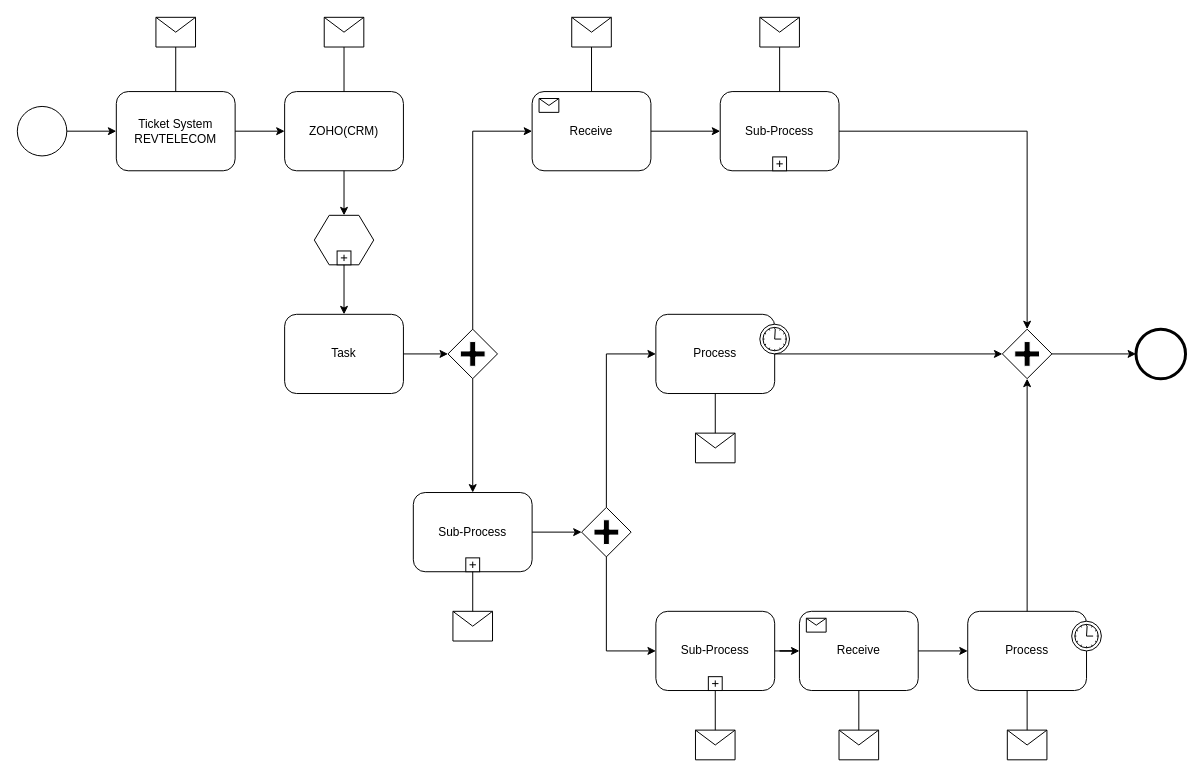
Above: Untitled Diagram.drawio in eyongfm/cam-mon-pays (draw.io), before the change. Source tidied: cells renumbered, new cells numbered last; positions are measured from the earlier drawing's top-left corner, leaving out a move shared by most shapes. Both pictures are drawn from the tidied source at 99%, with x=0, y=0 at pixel (17, 17).
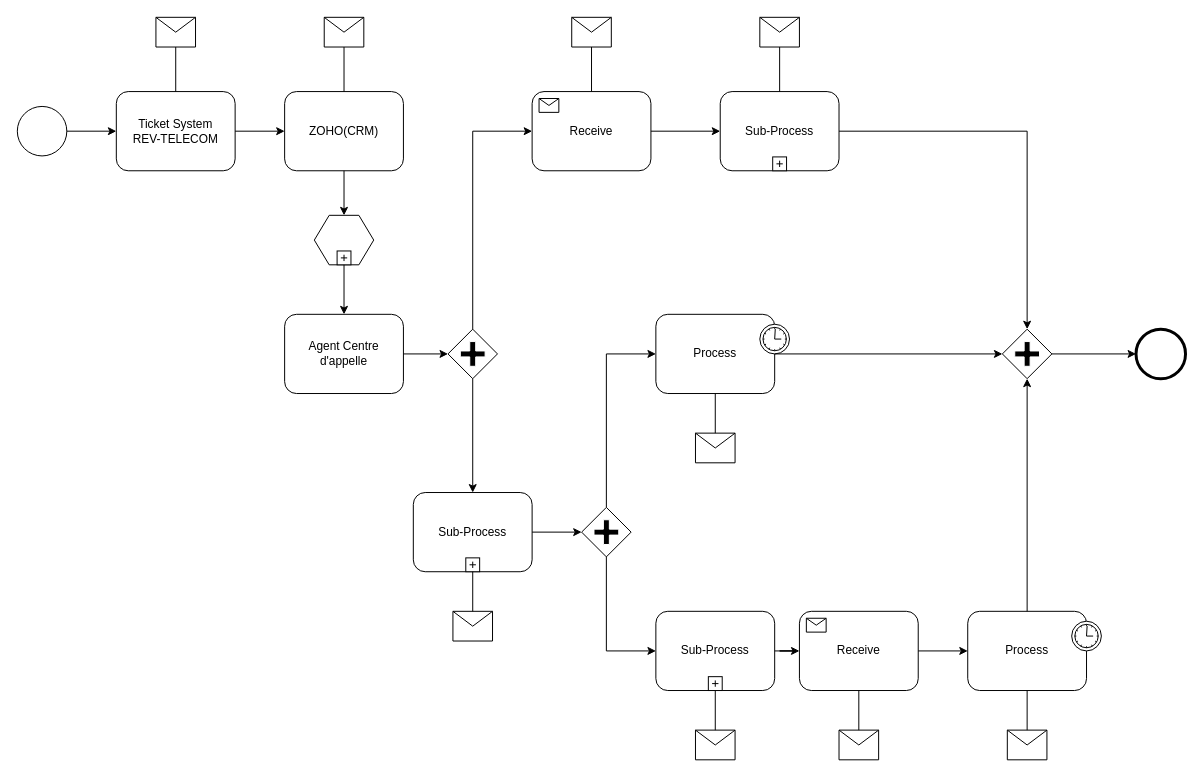
The same page after the edit.

The edit, as a diff of the source:
```diff
@@
-    <mxCell id="3" value="Ticket System&lt;br&gt;REVTELECOM" style="shape=ext;rounded=1;html=1;whiteSpace=wrap;" parent="1" vertex="1">
+    <mxCell id="3" value="Ticket System&lt;br&gt;REV-TELECOM" style="shape=ext;rounded=1;html=1;whiteSpace=wrap;" parent="1" vertex="1">
       <mxGeometry x="100" y="75" width="120" height="80" as="geometry" />
     </mxCell>
@@
-    <mxCell id="9" value="Task" style="shape=ext;rounded=1;html=1;whiteSpace=wrap;" parent="1" vertex="1">
+    <mxCell id="9" value="Agent Centre d'appelle" style="shape=ext;rounded=1;html=1;whiteSpace=wrap;" parent="1" vertex="1">
       <mxGeometry x="270" y="300" width="120" height="80" as="geometry" />
     </mxCell>
```
